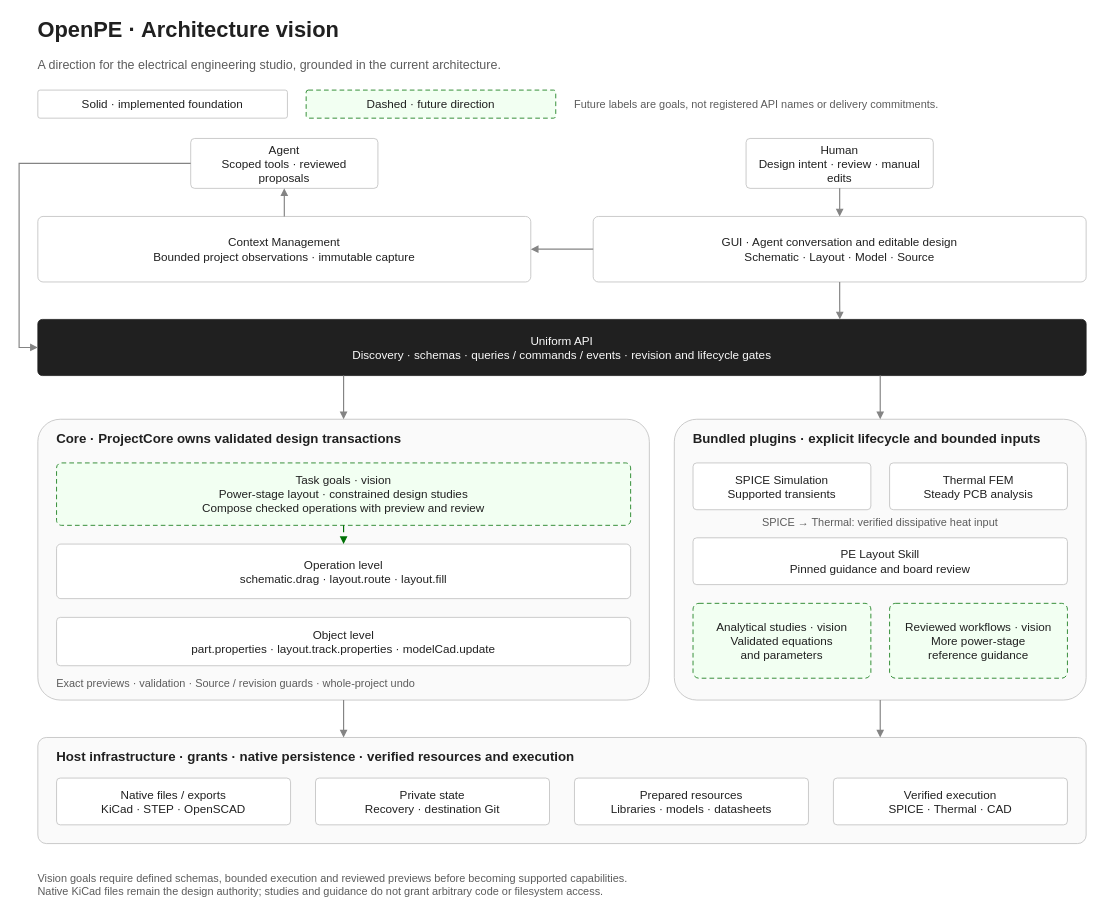
Earlier version of the draw.io diagram page "Modified" (1 of 2) of assets/vision.drawio (Open-Power-Electronics/OpenPE). Source tidied: cells renumbered, new cells numbered last; positions are measured from the earlier drawing's top-left corner, leaving out a move shared by most shapes. Both pictures are drawn from the tidied source at 78%, with x=0, y=0 at pixel (19, 13).
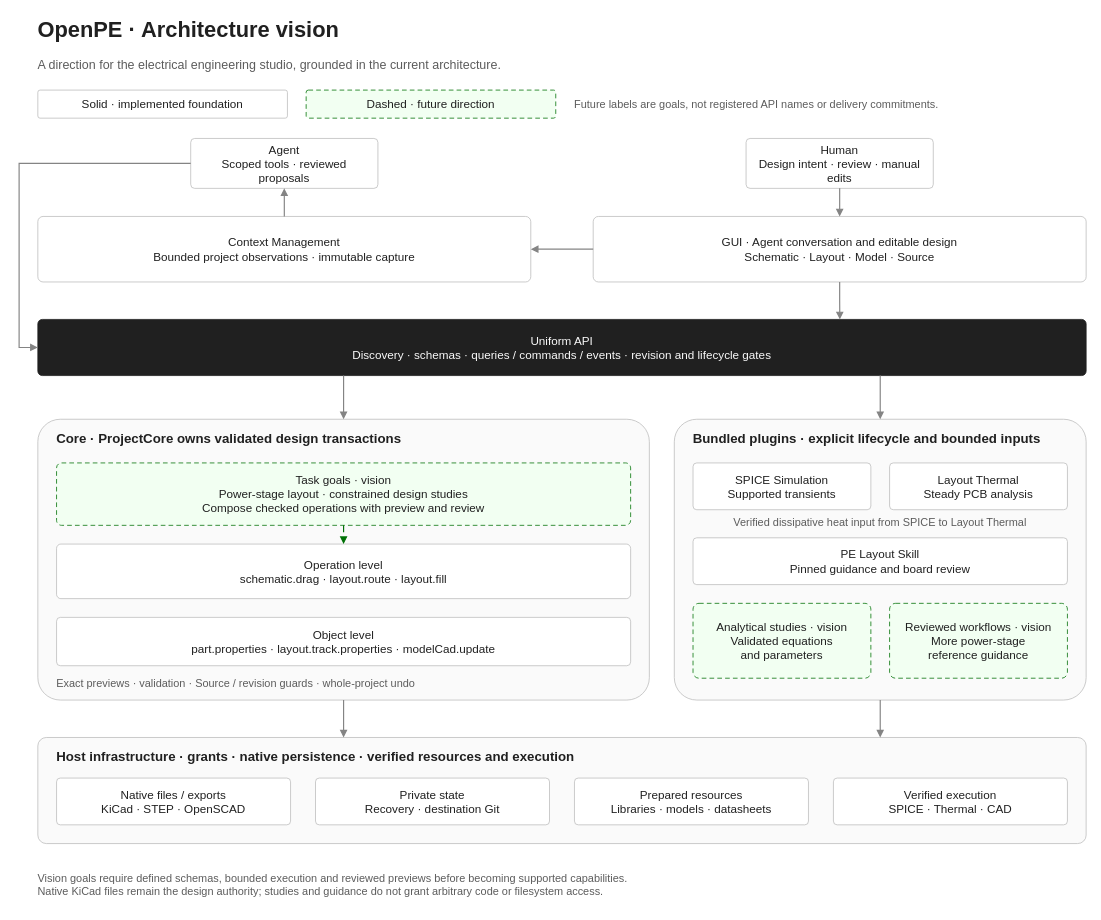
Above is the later version.

Change to the diagram source:
```diff
@@
-    <mxCell id="21" value="Thermal FEM&#10;Steady PCB analysis" style="rounded=1;html=0;whiteSpace=wrap;fontFamily=Arial;fontSize=15;fontColor=#202020;fillColor=#ffffff;strokeColor=#bdbdbd;strokeWidth=1;shadow=0;arcSize=8;align=center;verticalAlign=middle;spacing=8;" parent="1" vertex="1">
+    <mxCell id="21" value="Layout Thermal&#10;Steady PCB analysis" style="rounded=1;html=0;whiteSpace=wrap;fontFamily=Arial;fontSize=15;fontColor=#202020;fillColor=#ffffff;strokeColor=#bdbdbd;strokeWidth=1;shadow=0;arcSize=8;align=center;verticalAlign=middle;spacing=8;" parent="1" vertex="1">
       <mxGeometry x="1116" y="576" width="228" height="60" as="geometry" />
     </mxCell>
-    <mxCell id="22" value="SPICE → Thermal: verified dissipative heat input" style="text;html=0;whiteSpace=wrap;fontFamily=Arial;fontSize=15;fontColor=#5c5c5c;fillColor=none;strokeColor=none;align=left;verticalAlign=middle;spacing=0;fontSize=14;align=center;" parent="1" vertex="1">
+    <mxCell id="22" value="Verified dissipative heat input from SPICE to Layout Thermal" style="text;html=0;whiteSpace=wrap;fontFamily=Arial;fontSize=15;fontColor=#5c5c5c;fillColor=none;strokeColor=none;align=left;verticalAlign=middle;spacing=0;fontSize=14;align=center;" parent="1" vertex="1">
       <mxGeometry x="864" y="640" width="480" height="24" as="geometry" />
     </mxCell>
```
